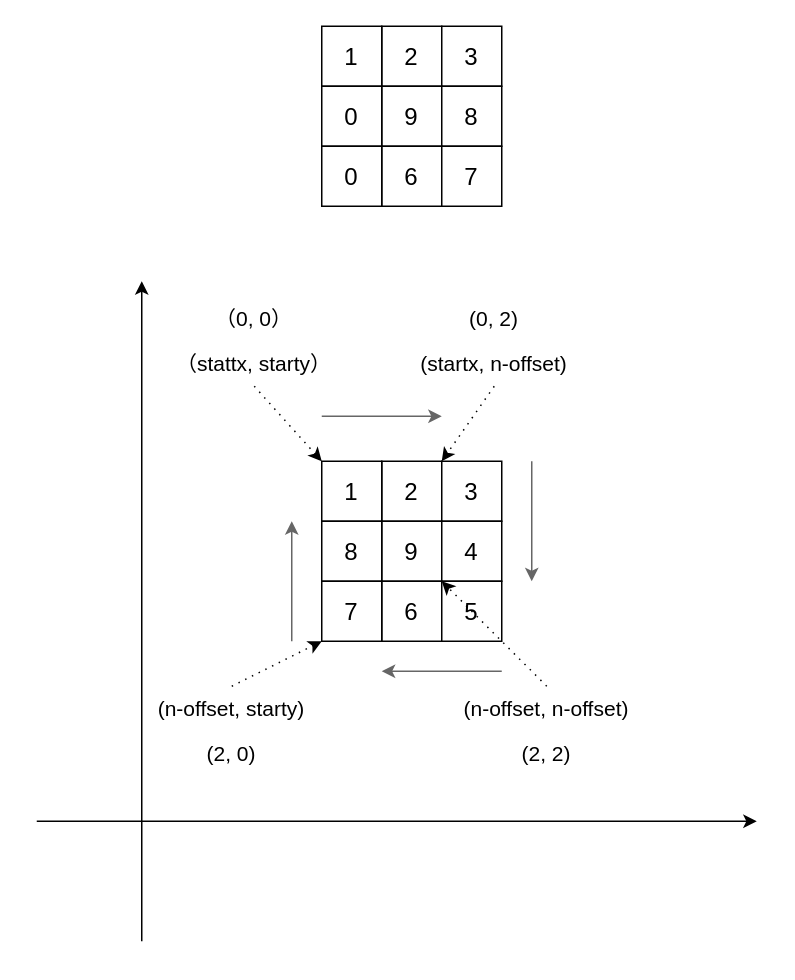
The draw.io diagram Array/05_0059.drawio in harukawakatabe/algorithm-note, before the edit. Source tidied: cells renumbered, new cells numbered last; positions are measured from the earlier drawing's top-left corner, leaving out a move shared by most shapes. Both pictures are drawn from the tidied source at 150%, with x=0, y=0 at pixel (36, 26).
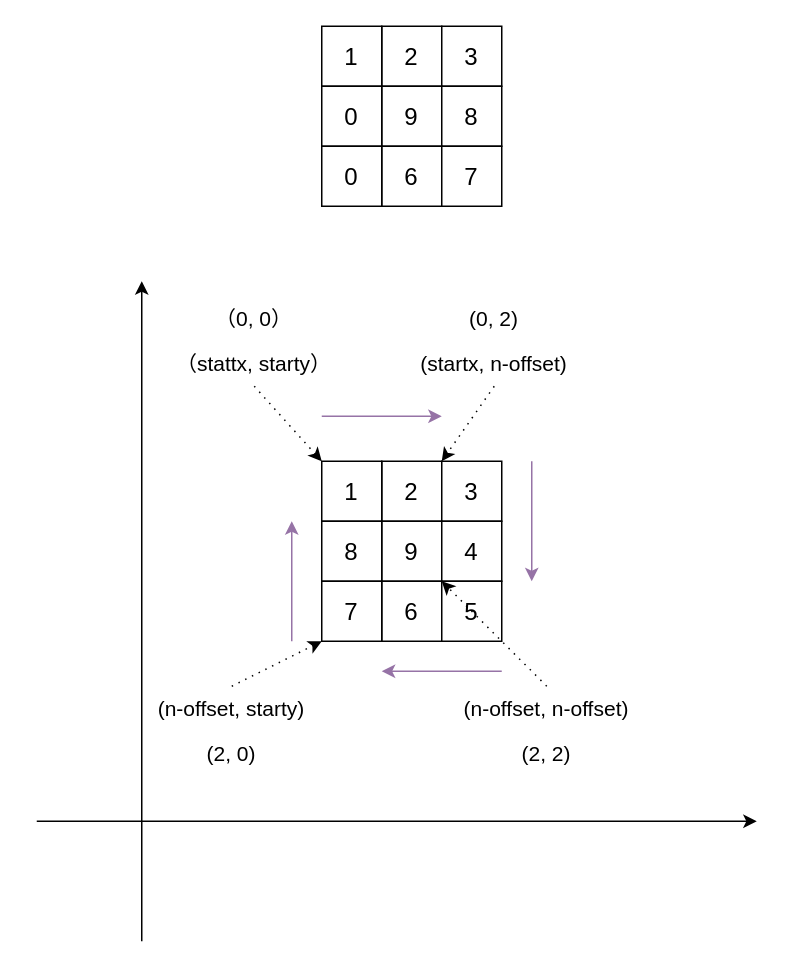
After the change.

What changed in the source:
```diff
@@
-    <mxCell id="36" style="endArrow=classic;html=1;rounded=0;fillColor=#f5f5f5;strokeColor=#666666;" parent="1" edge="1">
+    <mxCell id="36" style="endArrow=classic;html=1;rounded=0;fillColor=#e1d5e7;strokeColor=#9673a6;" parent="1" edge="1">
       <mxGeometry relative="1" as="geometry">
         <mxPoint x="190" y="260" as="sourcePoint" />
         <mxPoint x="270" y="260" as="targetPoint" />
       </mxGeometry>
     </mxCell>
-    <mxCell id="37" style="endArrow=classic;html=1;rounded=0;fillColor=#f5f5f5;strokeColor=#666666;" parent="1" edge="1">
+    <mxCell id="37" style="endArrow=classic;html=1;rounded=0;fillColor=#e1d5e7;strokeColor=#9673a6;" parent="1" edge="1">
       <mxGeometry relative="1" as="geometry">
         <mxPoint x="330" y="290" as="sourcePoint" />
         <mxPoint x="330" y="370" as="targetPoint" />
       </mxGeometry>
     </mxCell>
-    <mxCell id="38" style="endArrow=classic;html=1;rounded=0;fillColor=#f5f5f5;strokeColor=#666666;" parent="1" edge="1">
+    <mxCell id="38" style="endArrow=classic;html=1;rounded=0;fillColor=#e1d5e7;strokeColor=#9673a6;" parent="1" edge="1">
       <mxGeometry relative="1" as="geometry">
         <mxPoint x="310" y="430" as="sourcePoint" />
         <mxPoint x="230" y="430" as="targetPoint" />
       </mxGeometry>
     </mxCell>
-    <mxCell id="39" style="endArrow=classic;html=1;rounded=0;fillColor=#f5f5f5;strokeColor=#666666;" parent="1" edge="1">
+    <mxCell id="39" style="endArrow=classic;html=1;rounded=0;fillColor=#e1d5e7;strokeColor=#9673a6;" parent="1" edge="1">
       <mxGeometry relative="1" as="geometry">
         <mxPoint x="170" y="410" as="sourcePoint" />
         <mxPoint x="170" y="330" as="targetPoint" />
       </mxGeometry>
     </mxCell>
```
